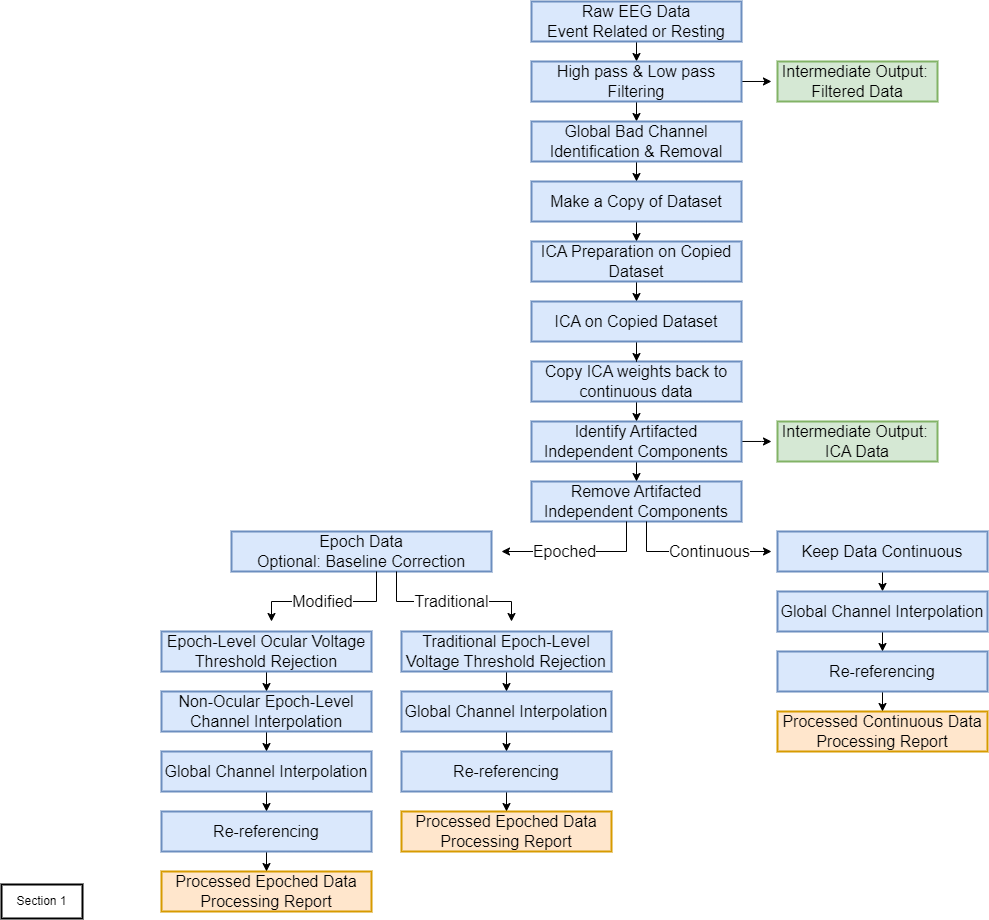
The draw.io diagram docs/source/images/flowchart.png in DCAN-Labs/HBCD-MADE, before a commit. Source tidied: cells renumbered, new cells last; positions are measured from the earlier drawing's top-left corner, leaving out a move shared by most shapes.
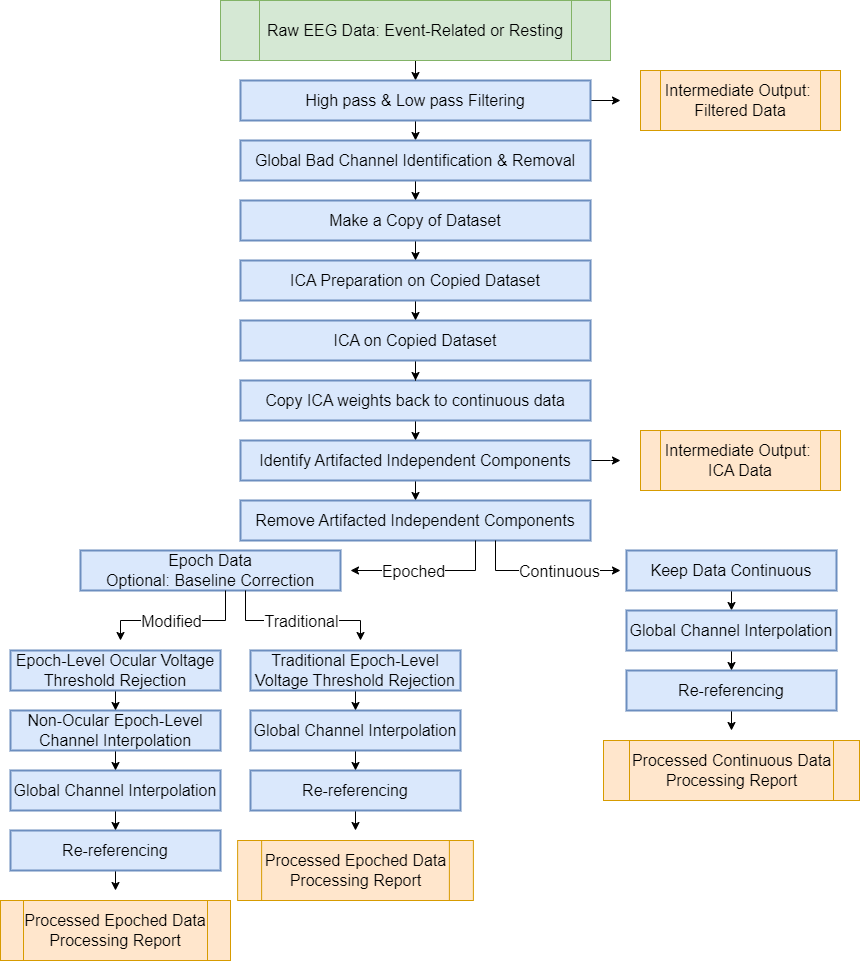
After the change.

What changed in the source:
```diff
@@ -2,15 +2,11 @@
   <root>
     <mxCell id="0" />
     <mxCell id="1" parent="0" />
-    <mxCell id="2" style="edgeStyle=orthogonalEdgeStyle;rounded=0;jettySize=auto;html=1;exitX=0.5;exitY=1;exitDx=0;exitDy=0;entryX=0.5;entryY=0;entryDx=0;entryDy=0;" parent="1" edge="1" source="3" target="7">
-      <mxGeometry relative="1" as="geometry" />
+    <mxCell id="2" style="edgeStyle=orthogonalEdgeStyle;rounded=0;jettySize=auto;html=1;exitX=0.5;exitY=1;exitDx=0;exitDy=0;entryX=0.5;entryY=0;entryDx=0;entryDy=0;" parent="1" edge="1" target="7">
+      <mxGeometry relative="1" as="geometry">
+        <mxPoint x="565" y="40" as="sourcePoint" />
+      </mxGeometry>
     </mxCell>
-    <mxCell id="3" value="Raw EEG Data&#10;Event Related or Resting" style="whiteSpace=wrap;strokeWidth=2;fillColor=#dae8fc;strokeColor=#6c8ebf;fontSize=16;" parent="1" vertex="1">
-      <mxGeometry x="530" width="210" height="40" as="geometry" />
-    </mxCell>
-    <mxCell id="4" value="Section 1" style="whiteSpace=wrap;strokeWidth=2;" parent="1" vertex="1">
-      <mxGeometry y="883" width="81" height="34" as="geometry" />
-    </mxCell>
     <mxCell id="5" style="edgeStyle=orthogonalEdgeStyle;rounded=0;jettySize=auto;html=1;exitX=0.5;exitY=1;exitDx=0;exitDy=0;entryX=0.5;entryY=0;entryDx=0;entryDy=0;" parent="1" edge="1" source="7" target="9">
       <mxGeometry relative="1" as="geometry" />
     </mxCell>
@@ -20,31 +16,31 @@
       </mxGeometry>
     </mxCell>
     <mxCell id="7" value="High pass &amp; Low pass Filtering" style="whiteSpace=wrap;strokeWidth=2;fillColor=#dae8fc;strokeColor=#6c8ebf;fontSize=16;" parent="1" vertex="1">
-      <mxGeometry x="530" y="60" width="210" height="40" as="geometry" />
+      <mxGeometry x="390" y="60" width="350" height="40" as="geometry" />
     </mxCell>
     <mxCell id="8" style="edgeStyle=orthogonalEdgeStyle;rounded=0;jettySize=auto;html=1;entryX=0.5;entryY=0;entryDx=0;entryDy=0;" parent="1" edge="1" source="9" target="11">
       <mxGeometry relative="1" as="geometry" />
     </mxCell>
-    <mxCell id="9" value="Global Bad Channel&#10;Identification &amp; Removal" style="whiteSpace=wrap;strokeWidth=2;fillColor=#dae8fc;strokeColor=#6c8ebf;fontSize=16;" parent="1" vertex="1">
-      <mxGeometry x="530" y="120" width="210" height="40" as="geometry" />
+    <mxCell id="9" value="Global Bad Channel Identification &amp; Removal" style="whiteSpace=wrap;strokeWidth=2;fillColor=#dae8fc;strokeColor=#6c8ebf;fontSize=16;" parent="1" vertex="1">
+      <mxGeometry x="390" y="120" width="350" height="40" as="geometry" />
     </mxCell>
     <mxCell id="10" style="edgeStyle=orthogonalEdgeStyle;rounded=0;jettySize=auto;html=1;entryX=0.5;entryY=0;entryDx=0;entryDy=0;" parent="1" edge="1" source="11" target="13">
       <mxGeometry relative="1" as="geometry" />
     </mxCell>
     <mxCell id="11" value="Make a Copy of Dataset" style="whiteSpace=wrap;strokeWidth=2;fillColor=#dae8fc;strokeColor=#6c8ebf;fontSize=16;" parent="1" vertex="1">
-      <mxGeometry x="530" y="180" width="210" height="40" as="geometry" />
+      <mxGeometry x="390" y="180" width="350" height="40" as="geometry" />
     </mxCell>
     <mxCell id="12" style="edgeStyle=orthogonalEdgeStyle;rounded=0;jettySize=auto;html=1;entryX=0.5;entryY=0;entryDx=0;entryDy=0;" parent="1" edge="1" source="13" target="21">
       <mxGeometry relative="1" as="geometry" />
     </mxCell>
     <mxCell id="13" value="ICA Preparation on Copied Dataset" style="whiteSpace=wrap;strokeWidth=2;fillColor=#dae8fc;strokeColor=#6c8ebf;fontSize=16;" parent="1" vertex="1">
-      <mxGeometry x="530" y="240" width="210" height="40" as="geometry" />
+      <mxGeometry x="390" y="240" width="350" height="40" as="geometry" />
     </mxCell>
     <mxCell id="14" style="edgeStyle=orthogonalEdgeStyle;rounded=0;jettySize=auto;html=1;entryX=0.5;entryY=0;entryDx=0;entryDy=0;" parent="1" edge="1" source="15" target="18">
       <mxGeometry relative="1" as="geometry" />
     </mxCell>
     <mxCell id="15" value="Copy ICA weights back to continuous data" style="whiteSpace=wrap;strokeWidth=2;fillColor=#dae8fc;strokeColor=#6c8ebf;fontSize=16;" parent="1" vertex="1">
-      <mxGeometry x="530" y="360" width="210" height="40" as="geometry" />
+      <mxGeometry x="390" y="360" width="350" height="40" as="geometry" />
     </mxCell>
     <mxCell id="16" style="edgeStyle=orthogonalEdgeStyle;rounded=0;jettySize=auto;html=1;" parent="1" edge="1" source="18">
       <mxGeometry relative="1" as="geometry">
@@ -55,23 +51,17 @@
       <mxGeometry relative="1" as="geometry" />
     </mxCell>
     <mxCell id="18" value="Identify Artifacted Independent Components" style="whiteSpace=wrap;strokeWidth=2;fillColor=#dae8fc;strokeColor=#6c8ebf;fontSize=16;" parent="1" vertex="1">
-      <mxGeometry x="530" y="420" width="210" height="40" as="geometry" />
+      <mxGeometry x="390" y="420" width="350" height="40" as="geometry" />
     </mxCell>
     <mxCell id="19" value="Remove Artifacted Independent Components" style="whiteSpace=wrap;strokeWidth=2;fillColor=#dae8fc;strokeColor=#6c8ebf;fontSize=16;" parent="1" vertex="1">
-      <mxGeometry x="530" y="480" width="210" height="40" as="geometry" />
+      <mxGeometry x="390" y="480" width="350" height="40" as="geometry" />
     </mxCell>
     <mxCell id="20" style="edgeStyle=orthogonalEdgeStyle;rounded=0;jettySize=auto;html=1;entryX=0.5;entryY=0;entryDx=0;entryDy=0;" parent="1" edge="1" source="21" target="15">
       <mxGeometry relative="1" as="geometry" />
     </mxCell>
     <mxCell id="21" value="ICA on Copied Dataset" style="whiteSpace=wrap;strokeWidth=2;fillColor=#dae8fc;strokeColor=#6c8ebf;fontSize=16;" parent="1" vertex="1">
-      <mxGeometry x="530" y="300" width="210" height="40" as="geometry" />
+      <mxGeometry x="390" y="300" width="350" height="40" as="geometry" />
     </mxCell>
-    <mxCell id="22" value="Intermediate Output: &#10;ICA Data" style="whiteSpace=wrap;strokeWidth=2;fillColor=#d5e8d4;strokeColor=#82b366;fontSize=16;" parent="1" vertex="1">
-      <mxGeometry x="776" y="420" width="160" height="40" as="geometry" />
-    </mxCell>
-    <mxCell id="23" value="Intermediate Output: &#10;Filtered Data" style="whiteSpace=wrap;strokeWidth=2;fillColor=#d5e8d4;strokeColor=#82b366;fontSize=16;" parent="1" vertex="1">
-      <mxGeometry x="776" y="60" width="160" height="40" as="geometry" />
-    </mxCell>
     <mxCell id="24" style="endArrow=classic;html=1;rounded=0;" parent="1" edge="1">
       <mxGeometry relative="1" as="geometry">
         <mxPoint x="645" y="550" as="sourcePoint" />
@@ -171,15 +161,14 @@
     <mxCell id="44" value="Global Channel Interpolation" style="whiteSpace=wrap;strokeWidth=2;fillColor=#dae8fc;strokeColor=#6c8ebf;fontSize=16;" parent="1" vertex="1">
       <mxGeometry x="776" y="590" width="210" height="40" as="geometry" />
     </mxCell>
-    <mxCell id="45" style="edgeStyle=orthogonalEdgeStyle;rounded=0;jettySize=auto;html=1;entryX=0.5;entryY=0;entryDx=0;entryDy=0;" parent="1" edge="1" source="46" target="47">
-      <mxGeometry relative="1" as="geometry" />
+    <mxCell id="45" style="edgeStyle=orthogonalEdgeStyle;rounded=0;jettySize=auto;html=1;entryX=0.5;entryY=0;entryDx=0;entryDy=0;" parent="1" edge="1" source="46">
+      <mxGeometry relative="1" as="geometry">
+        <mxPoint x="881" y="710" as="targetPoint" />
+      </mxGeometry>
     </mxCell>
     <mxCell id="46" value="Re-referencing" style="whiteSpace=wrap;strokeWidth=2;fillColor=#dae8fc;strokeColor=#6c8ebf;fontSize=16;" parent="1" vertex="1">
       <mxGeometry x="776" y="650" width="210" height="40" as="geometry" />
     </mxCell>
-    <mxCell id="47" value="Processed Continuous Data&#10;Processing Report" style="whiteSpace=wrap;strokeWidth=2;fillColor=#ffe6cc;strokeColor=#d79b00;fontSize=16;" parent="1" vertex="1">
-      <mxGeometry x="776" y="710" width="210" height="40" as="geometry" />
-    </mxCell>
     <mxCell id="48" style="edgeStyle=orthogonalEdgeStyle;rounded=0;jettySize=auto;html=1;entryX=0.5;entryY=0;entryDx=0;entryDy=0;" parent="1" edge="1" source="49" target="51">
       <mxGeometry relative="1" as="geometry" />
     </mxCell>
@@ -192,29 +181,45 @@
     <mxCell id="51" value="Global Channel Interpolation" style="whiteSpace=wrap;strokeWidth=2;fillColor=#dae8fc;strokeColor=#6c8ebf;fontSize=16;" parent="1" vertex="1">
       <mxGeometry x="160" y="750" width="210" height="40" as="geometry" />
     </mxCell>
-    <mxCell id="52" style="edgeStyle=orthogonalEdgeStyle;rounded=0;jettySize=auto;html=1;entryX=0.5;entryY=0;entryDx=0;entryDy=0;" parent="1" edge="1" source="53" target="54">
-      <mxGeometry relative="1" as="geometry" />
+    <mxCell id="52" style="edgeStyle=orthogonalEdgeStyle;rounded=0;jettySize=auto;html=1;entryX=0.5;entryY=0;entryDx=0;entryDy=0;" parent="1" edge="1" source="53">
+      <mxGeometry relative="1" as="geometry">
+        <mxPoint x="265" y="870" as="targetPoint" />
+      </mxGeometry>
     </mxCell>
     <mxCell id="53" value="Re-referencing" style="whiteSpace=wrap;strokeWidth=2;fillColor=#dae8fc;strokeColor=#6c8ebf;fontSize=16;" parent="1" vertex="1">
       <mxGeometry x="160" y="810" width="210" height="40" as="geometry" />
     </mxCell>
-    <mxCell id="54" value="Processed Epoched Data&#10;Processing Report" style="whiteSpace=wrap;strokeWidth=2;fillColor=#ffe6cc;strokeColor=#d79b00;fontSize=16;" parent="1" vertex="1">
-      <mxGeometry x="160" y="870" width="210" height="40" as="geometry" />
-    </mxCell>
     <mxCell id="55" style="edgeStyle=orthogonalEdgeStyle;rounded=0;jettySize=auto;html=1;" parent="1" edge="1" source="56" target="58">
       <mxGeometry relative="1" as="geometry" />
     </mxCell>
     <mxCell id="56" value="Global Channel Interpolation" style="whiteSpace=wrap;strokeWidth=2;fillColor=#dae8fc;strokeColor=#6c8ebf;fontSize=16;" parent="1" vertex="1">
       <mxGeometry x="400" y="690" width="210" height="40" as="geometry" />
     </mxCell>
-    <mxCell id="57" style="edgeStyle=orthogonalEdgeStyle;rounded=0;jettySize=auto;html=1;" parent="1" edge="1" source="58" target="59">
-      <mxGeometry relative="1" as="geometry" />
+    <mxCell id="57" style="edgeStyle=orthogonalEdgeStyle;rounded=0;jettySize=auto;html=1;" parent="1" edge="1" source="58">
+      <mxGeometry relative="1" as="geometry">
+        <mxPoint x="505" y="810" as="targetPoint" />
+      </mxGeometry>
     </mxCell>
     <mxCell id="58" value="Re-referencing" style="whiteSpace=wrap;strokeWidth=2;fillColor=#dae8fc;strokeColor=#6c8ebf;fontSize=16;" parent="1" vertex="1">
       <mxGeometry x="400" y="750" width="210" height="40" as="geometry" />
     </mxCell>
-    <mxCell id="59" value="Processed Epoched Data&#10;Processing Report" style="whiteSpace=wrap;strokeWidth=2;fillColor=#ffe6cc;strokeColor=#d79b00;fontSize=16;" parent="1" vertex="1">
-      <mxGeometry x="400" y="810" width="210" height="40" as="geometry" />
-    </mxCell>
+    <mxCell id="60" value="&lt;span style=&quot;font-size: 16px;&quot;&gt;Raw EEG Data: Event-Related or Resting&lt;/span&gt;" style="shape=process;whiteSpace=wrap;html=1;backgroundOutline=1;fillColor=#d5e8d4;strokeColor=#82b366;" parent="1" vertex="1">
+      <mxGeometry x="370" y="-20" width="390" height="60" as="geometry" />
+    </mxCell>
+    <mxCell id="23" value="&lt;span style=&quot;font-size: 16px;&quot;&gt;Intermediate Output:&amp;nbsp;&lt;/span&gt;&lt;div&gt;&lt;span style=&quot;font-size: 16px;&quot;&gt;Filtered Data&lt;/span&gt;&lt;/div&gt;" style="shape=process;whiteSpace=wrap;html=1;backgroundOutline=1;fillColor=#ffe6cc;strokeColor=#d79b00;" parent="1" vertex="1">
+      <mxGeometry x="790" y="50" width="200" height="60" as="geometry" />
+    </mxCell>
+    <mxCell id="22" value="&lt;span style=&quot;font-size: 16px;&quot;&gt;Intermediate Output:&amp;nbsp;&lt;/span&gt;&lt;div&gt;&lt;span style=&quot;font-size: 16px;&quot;&gt;ICA Data&lt;/span&gt;&lt;/div&gt;" style="shape=process;whiteSpace=wrap;html=1;backgroundOutline=1;fillColor=#ffe6cc;strokeColor=#d79b00;" parent="1" vertex="1">
+      <mxGeometry x="790" y="410" width="200" height="60" as="geometry" />
+    </mxCell>
+    <mxCell id="47" value="&lt;span style=&quot;font-size: 16px;&quot;&gt;Processed Continuous Data&lt;/span&gt;&lt;br style=&quot;padding: 0px; margin: 0px; font-size: 16px;&quot;&gt;&lt;span style=&quot;font-size: 16px;&quot;&gt;Processing Report&lt;/span&gt;" style="shape=process;whiteSpace=wrap;html=1;backgroundOutline=1;fillColor=#ffe6cc;strokeColor=#d79b00;" parent="1" vertex="1">
+      <mxGeometry x="753" y="720" width="256" height="60" as="geometry" />
+    </mxCell>
+    <mxCell id="61" value="&lt;span style=&quot;font-size: 16px;&quot;&gt;Processed Epoched Data&lt;/span&gt;&lt;br style=&quot;padding: 0px; margin: 0px; font-size: 16px;&quot;&gt;&lt;span style=&quot;font-size: 16px;&quot;&gt;Processing Report&lt;/span&gt;" style="shape=process;whiteSpace=wrap;html=1;backgroundOutline=1;fillColor=#ffe6cc;strokeColor=#d79b00;" parent="1" vertex="1">
+      <mxGeometry x="387.1" y="820" width="235.8" height="60" as="geometry" />
+    </mxCell>
+    <mxCell id="62" value="&lt;span style=&quot;font-size: 16px;&quot;&gt;Processed Epoched Data&lt;/span&gt;&lt;br style=&quot;padding: 0px; margin: 0px; font-size: 16px;&quot;&gt;&lt;span style=&quot;font-size: 16px;&quot;&gt;Processing Report&lt;/span&gt;" style="shape=process;whiteSpace=wrap;html=1;backgroundOutline=1;fillColor=#ffe6cc;strokeColor=#d79b00;" parent="1" vertex="1">
+      <mxGeometry x="150" y="880" width="230" height="60" as="geometry" />
+    </mxCell>
   </root>
 </mxGraphModel>
```
